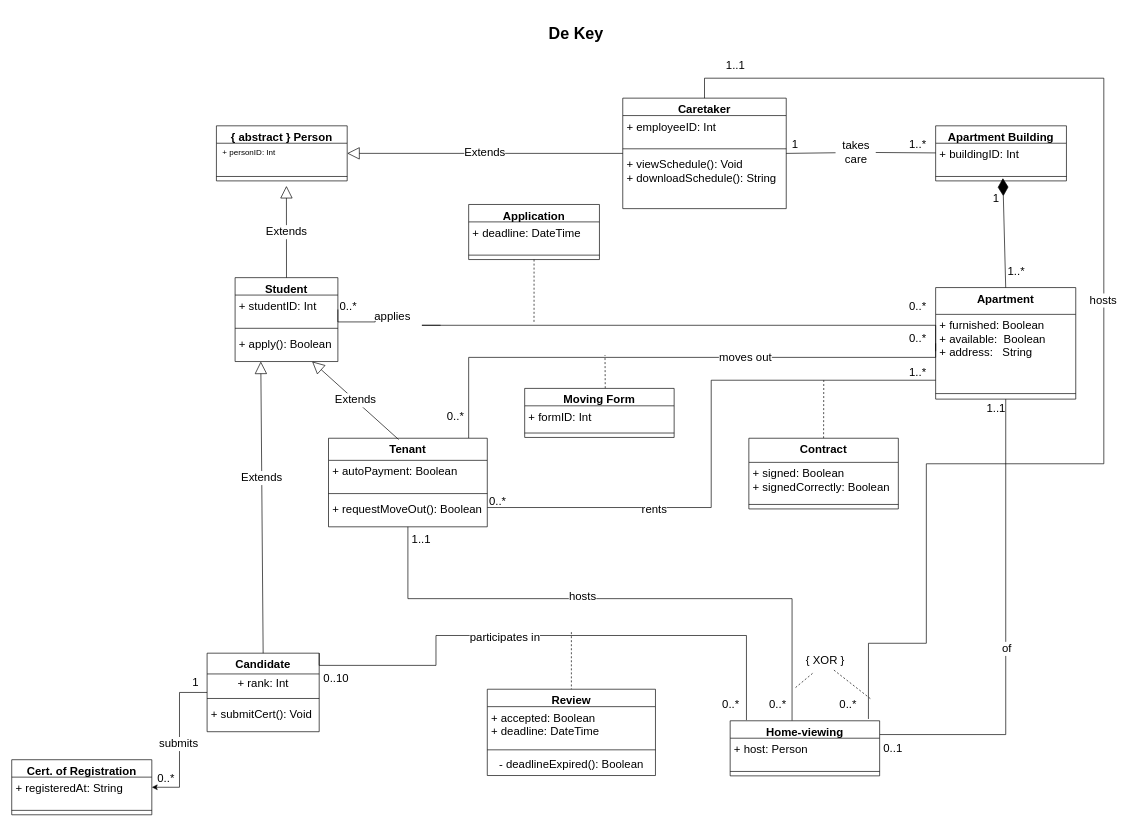
Above: Model_De_Key.drawio in Barager/IS-design (draw.io), before the change. Source tidied: cells renumbered, new cells numbered last; positions are measured from the earlier drawing's top-left corner, leaving out a move shared by most shapes. Both pictures are drawn from the tidied source at 67%, with x=0, y=0 at pixel (11, 11).
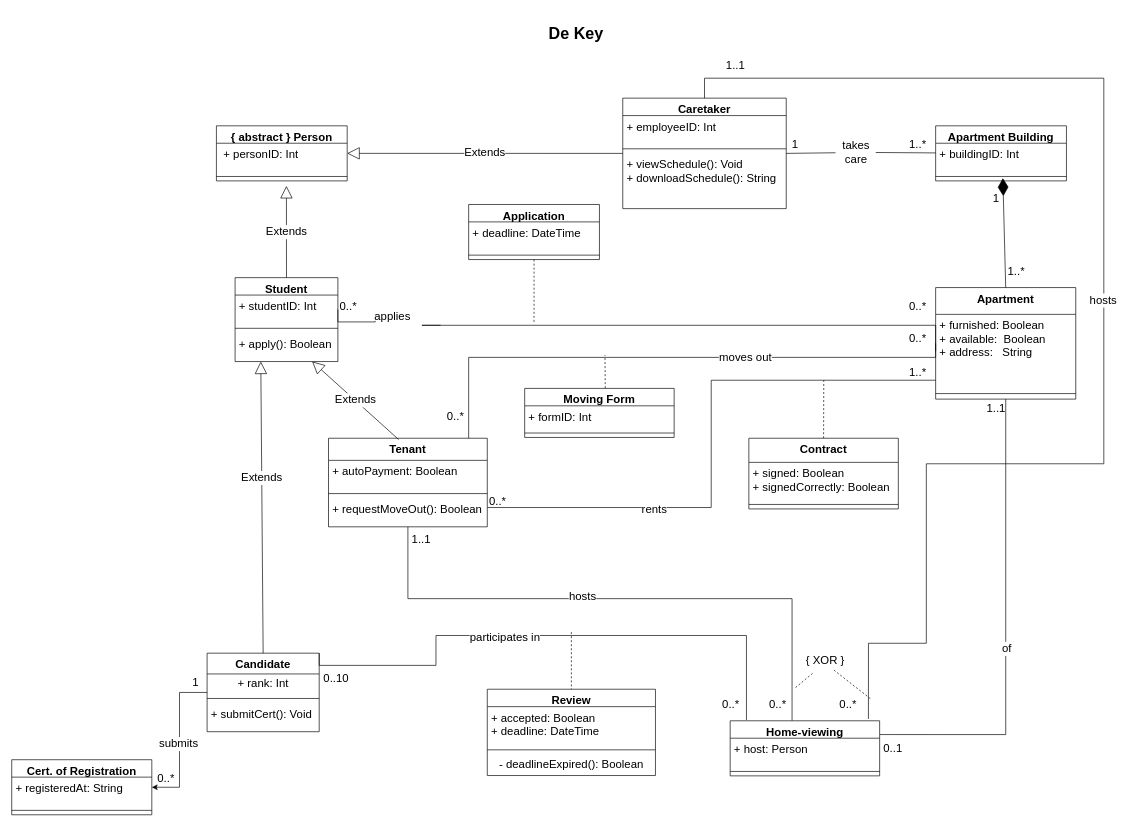
The same diagram, later.

Unchanged cells that the change refers to:
```xml
<mxCell id="3" value="{ abstract } Person" style="swimlane;fontStyle=1;align=center;verticalAlign=top;horizontal=1;startSize=26;fontSize=17;" parent="1" vertex="1">
  <mxGeometry x="305.5" y="170.3" width="195.2" height="82.2" as="geometry" />
</mxCell>
```

What changed in the source:
```diff
@@
-    <mxCell id="4" value=" + personID: Int " style="text;strokeColor=none;fillColor=none;align=left;verticalAlign=top;spacingLeft=4;spacingRight=4;overflow=hidden;" parent="3" vertex="1">
+    <mxCell id="4" value=" + personID: Int " style="text;strokeColor=none;fillColor=none;align=left;verticalAlign=top;spacingLeft=4;spacingRight=4;overflow=hidden;fontSize=17;" parent="3" vertex="1">
       <mxGeometry y="26" width="195.2" height="43" as="geometry" />
     </mxCell>
```
